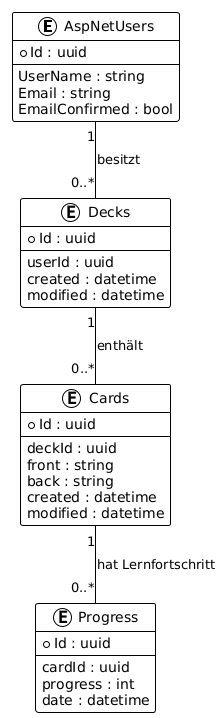
Above: doc/uml/ERM.png in K1ngGrim/swa-lern-app (PlantUML), before the change.
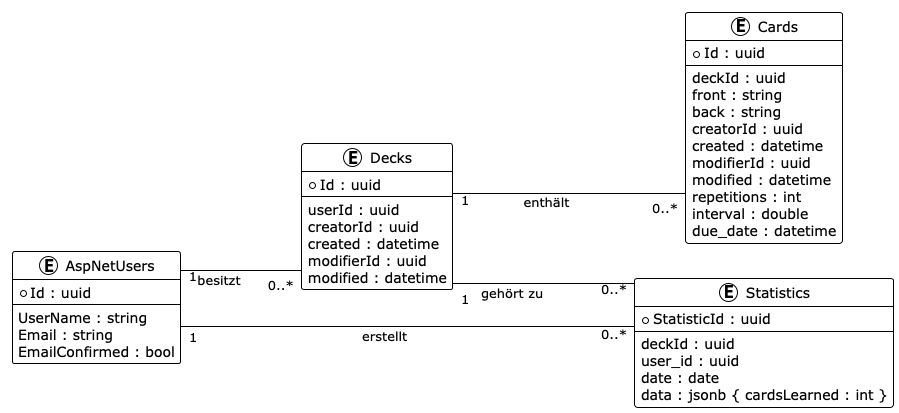
Above is the later version.

Commit message:
Update architecture and ER diagrams; enhance README with use cases and requirements

The edit, as a diff of the source:
```diff
@@ -1,6 +1,9 @@
-@startuml
+@startuml EntityRelationshipDiagram
+left to right direction
+!theme plain
 
-!theme plain
+skinparam linetype polyline
+skinparam linetype ortho
 
 entity "AspNetUsers" as User {
     *Id : uuid
@@ -14,7 +17,9 @@
     *Id : uuid
     --
     userId : uuid
+    creatorId : uuid
     created : datetime
+    modifierId : uuid
     modified : datetime
 }
 
@@ -24,19 +29,27 @@
     deckId : uuid
     front : string
     back : string
+    creatorId : uuid
     created : datetime
+    modifierId : uuid
     modified : datetime
+    repetitions : int
+    interval : double
+    due_date : datetime
 }
 
-entity "Progress" as Progress {
-    *Id : uuid
+entity "Statistics" as Statistic {
+    *StatisticId : uuid
     --
-    cardId : uuid
-    progress : int
-    date : datetime
+    deckId : uuid
+    user_id : uuid
+    date : date
+    data : jsonb { cardsLearned : int }
 }
 
-User "1" -- "0..*" Deck : besitzt
-Deck "1" -- "0..*" Card : enthält
-Card "1" -- "0..*" Progress : hat Lernfortschritt
+User "1" --- "0..*" Deck : besitzt
+Deck "1" ---- "0..*" Card : enthält
+User "1" -- "0..*" Statistic : erstellt
+Deck "1" ---- "0..*" Statistic : gehört zu
+
 @enduml
```
